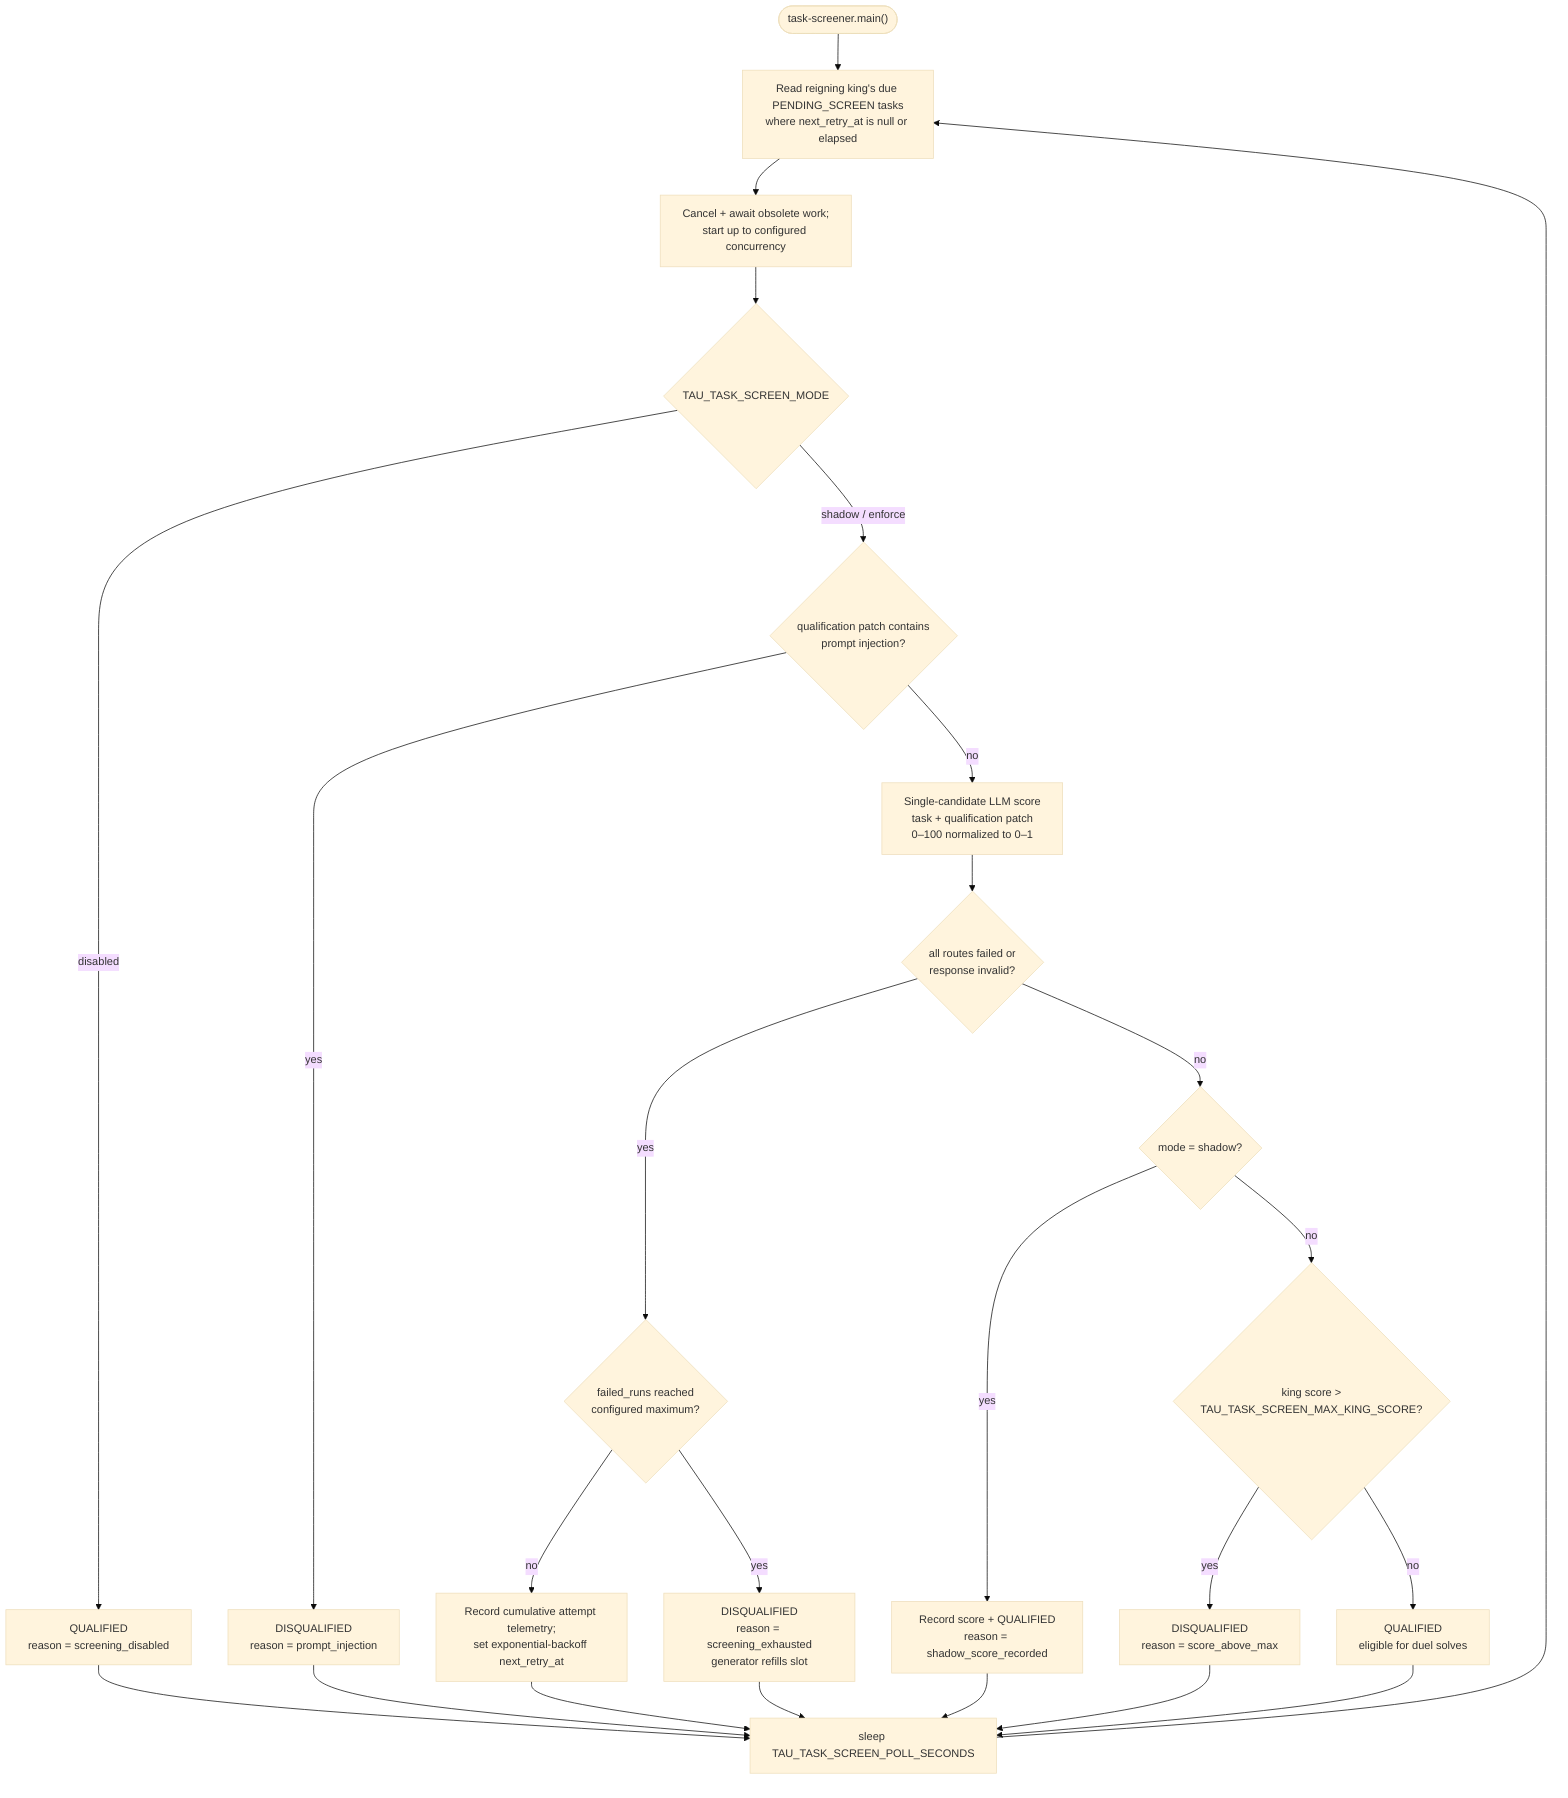
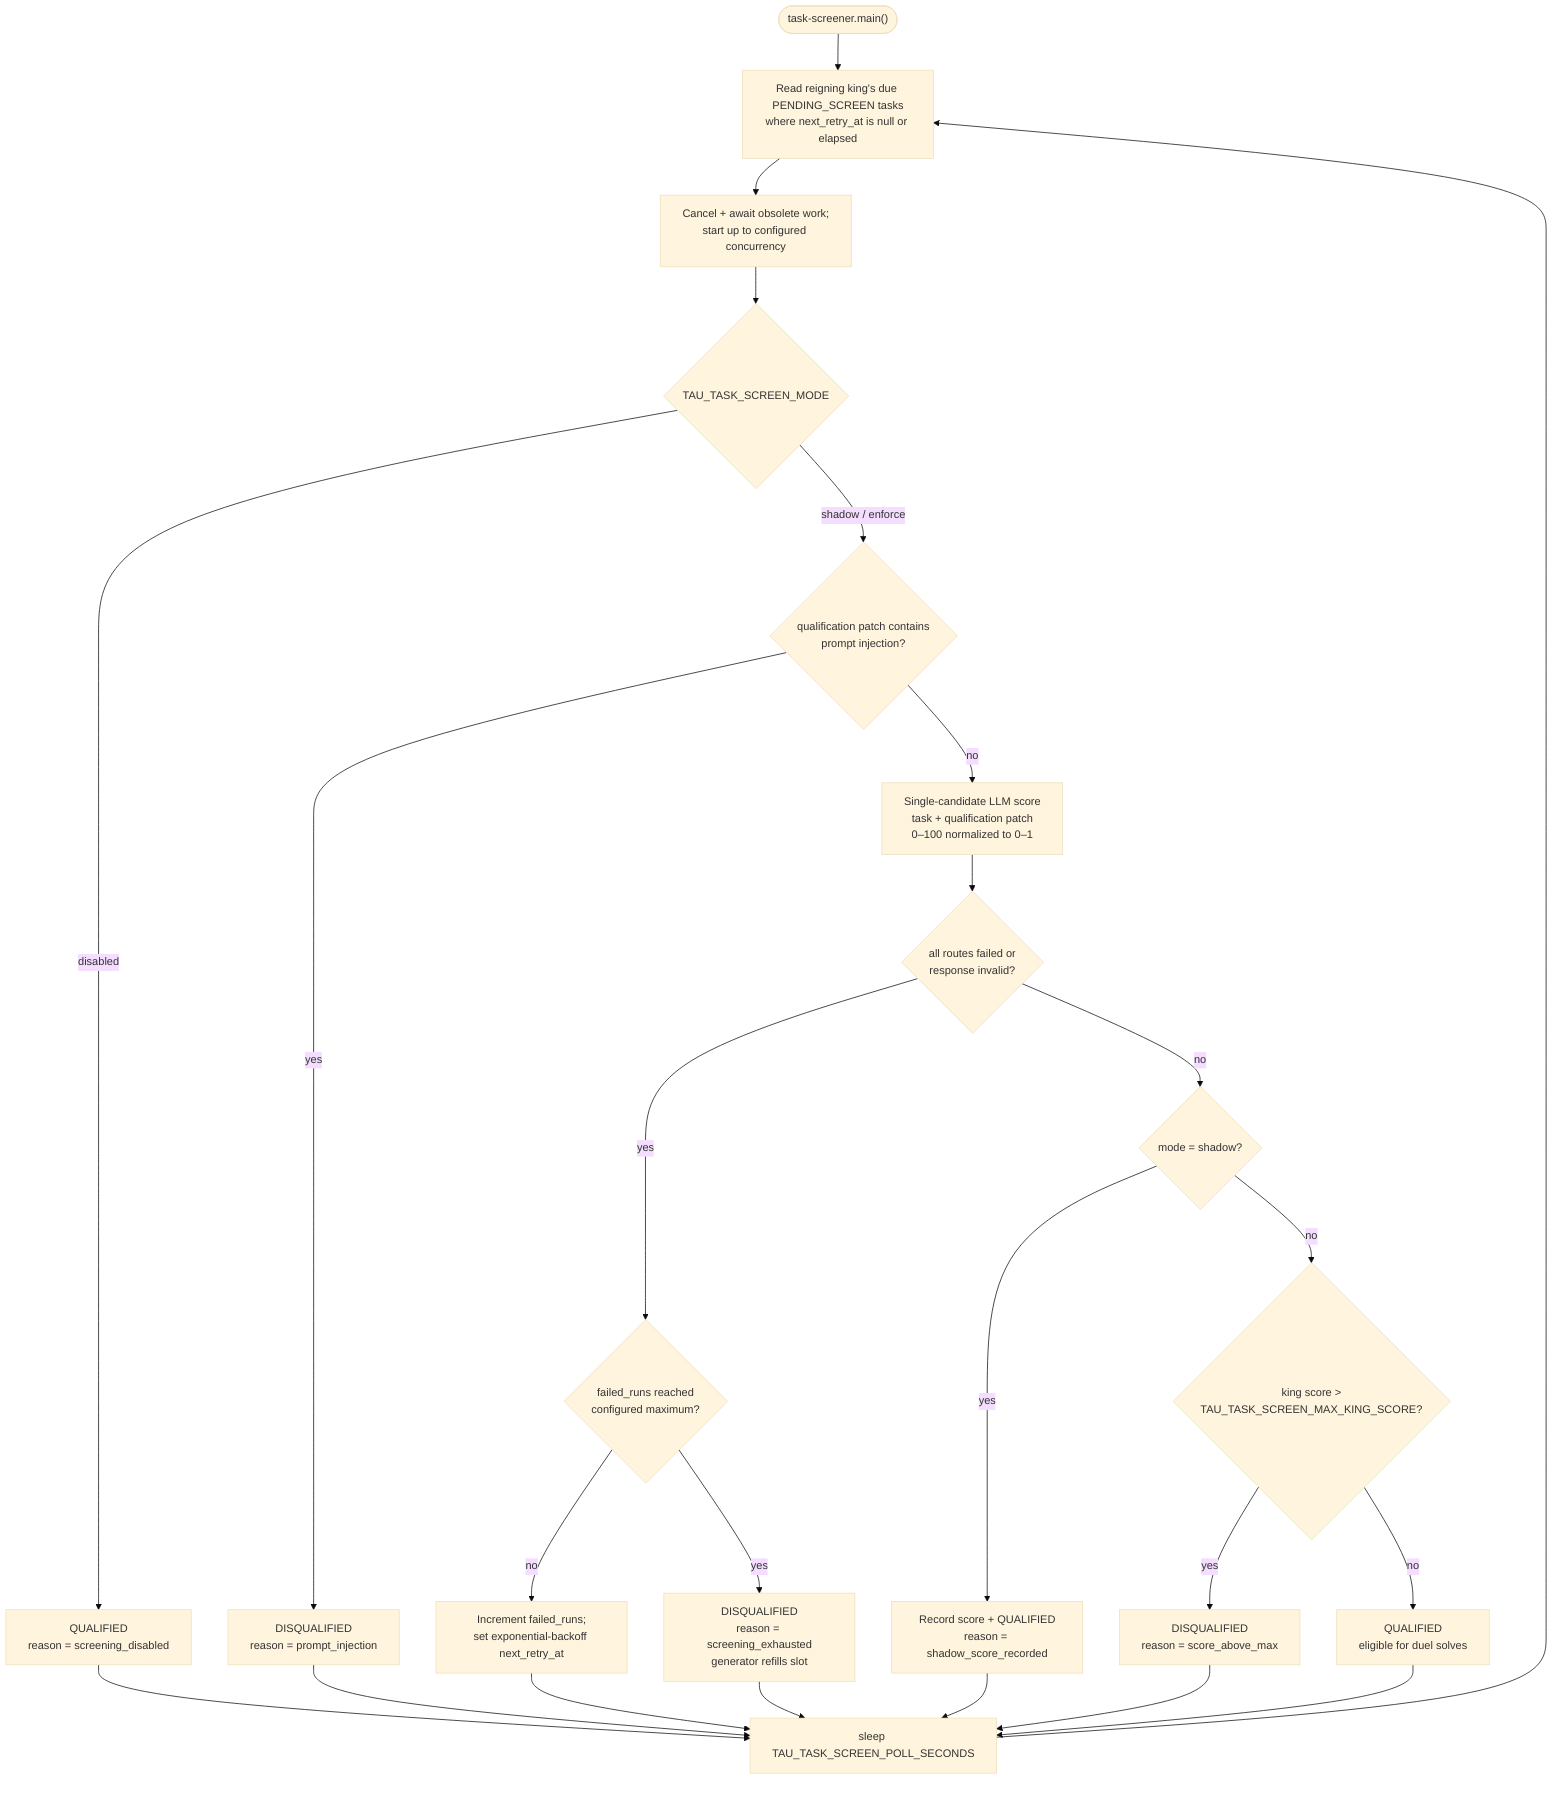
%%{init: {"theme": "base", "themeVariables": {"fontSize": "15px"}}}%%
flowchart TB
    start(["task-screener.main()"])
    start --> pending["Read reigning king's due PENDING_SCREEN tasks<br/>where next_retry_at is null or elapsed"]
    pending --> reconcile["Cancel + await obsolete work;<br/>start up to configured concurrency"]
    reconcile --> mode{"TAU_TASK_SCREEN_MODE"}
    mode -- disabled --> disabled["QUALIFIED<br/>reason = screening_disabled"]
    mode -- shadow / enforce --> injection{"qualification patch contains<br/>prompt injection?"}
    injection -- yes --> blocked["DISQUALIFIED<br/>reason = prompt_injection"]
    injection -- no --> score["Single-candidate LLM score<br/>task + qualification patch<br/>0–100 normalized to 0–1"]
    score --> error{"all routes failed or<br/>response invalid?"}
    error -- yes --> exhausted{"failed_runs reached<br/>configured maximum?"}
-     exhausted -- no --> retry["Record cumulative attempt telemetry;<br/>set exponential-backoff next_retry_at"]
+     exhausted -- no --> retry["Increment failed_runs;<br/>set exponential-backoff next_retry_at"]
    exhausted -- yes --> drop["DISQUALIFIED<br/>reason = screening_exhausted<br/>generator refills slot"]
    error -- no --> shadow{"mode = shadow?"}
    shadow -- yes --> shadowed["Record score + QUALIFIED<br/>reason = shadow_score_recorded"]
    shadow -- no --> ceiling{"king score &gt;<br/>TAU_TASK_SCREEN_MAX_KING_SCORE?"}
    ceiling -- yes --> tooeasy["DISQUALIFIED<br/>reason = score_above_max"]
    ceiling -- no --> qualified["QUALIFIED<br/>eligible for duel solves"]
    blocked --> sleep["sleep TAU_TASK_SCREEN_POLL_SECONDS"]
    disabled --> sleep
    retry --> sleep
    drop --> sleep
    shadowed --> sleep
    tooeasy --> sleep
    qualified --> sleep
    sleep --> pending
